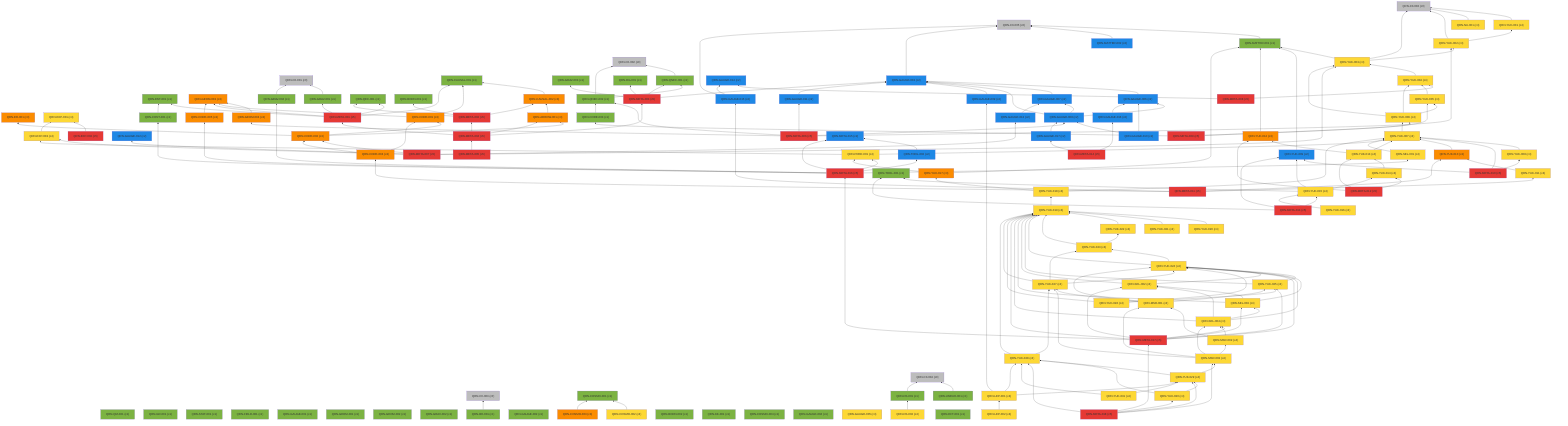
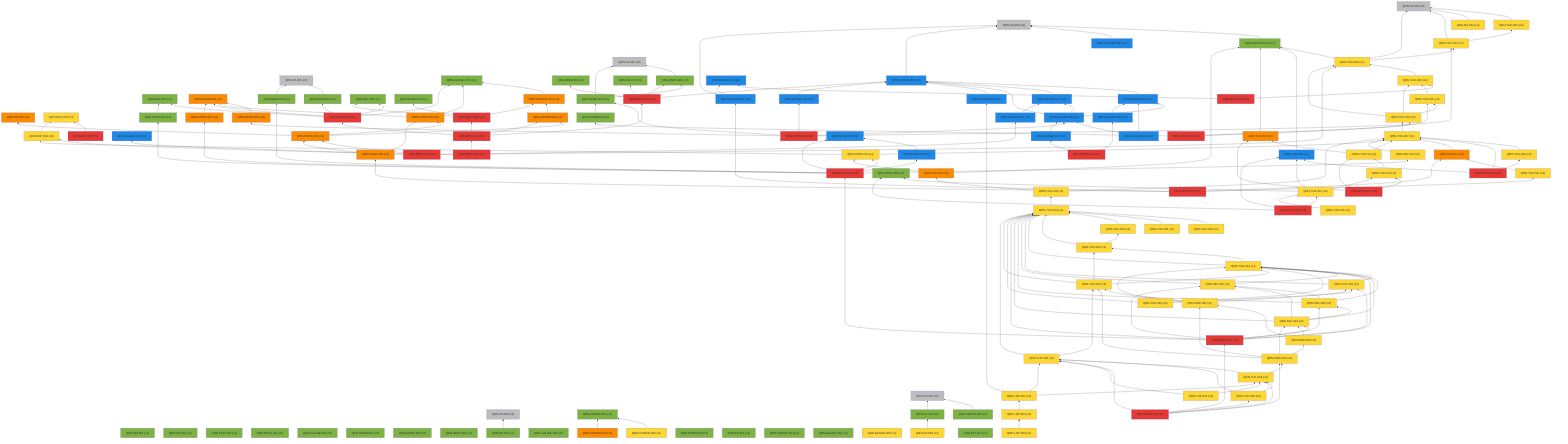
%% 自動生成 (dag/report.pl) — QRN 主張依存グラフ
graph BT
  QRN_C0_001["QRN-C0-001 (c0)"]:::c0
  QRN_C0_002["QRN-C0-002 (c0)"]:::c0
  QRN_C0_003["QRN-C0-003 (c0)"]:::c0
  QRN_C0_004["QRN-C0-004 (c0)"]:::c0
  QRN_C0_005["QRN-C0-005 (c0)"]:::c0
  QRN_C0_006["QRN-C0-006 (c0)"]:::c0
  QRN_QM_001["QRN-QM-001 (c1)"]:::c1
  QRN_GR_001["QRN-GR-001 (c1)"]:::c1
  QRN_STAT_001["QRN-STAT-001 (c1)"]:::c1
  QRN_FIELD_001["QRN-FIELD-001 (c1)"]:::c1
  QRN_GAUGE_001["QRN-GAUGE-001 (c1)"]:::c1
  QRN_ENT_001["QRN-ENT-001 (c1)"]:::c1
  QRN_GEOM_001["QRN-GEOM-001 (c1)"]:::c1
  QRN_GEOM_002["QRN-GEOM-002 (c1)"]:::c1
  QRN_GEOM_003["QRN-GEOM-003 (c3)"]:::c3
  QRN_GRAV_001["QRN-GRAV-001 (c1)"]:::c1
  QRN_GRAV_002["QRN-GRAV-002 (c1)"]:::c1
  QRN_BH_001["QRN-BH-001 (c1)"]:::c1
  QRN_CAUSAL_001["QRN-CAUSAL-001 (c1)"]:::c1
  QRN_CAUSAL_002["QRN-CAUSAL-002 (c3)"]:::c3
  QRN_ER_001["QRN-ER-001 (c3)"]:::c3
  QRN_QEC_001["QRN-QEC-001 (c1)"]:::c1
  QRN_GAUGE_002["QRN-GAUGE-002 (c1)"]:::c1
  QRN_COSMO_001["QRN-COSMO-001 (c1)"]:::c1
  QRN_COSMO_002["QRN-COSMO-002 (c4)"]:::c4
  QRN_COSMO_003["QRN-COSMO-003 (c3)"]:::c3
  QRN_BORN_001["QRN-BORN-001 (c1)"]:::c1
  QRN_BORN_002["QRN-BORN-002 (c1)"]:::c1
  QRN_GRAV_003["QRN-GRAV-003 (c1)"]:::c1
  QRN_KK_001["QRN-KK-001 (c1)"]:::c1
  QRN_MATTER_001["QRN-MATTER-001 (c1)"]:::c1
  QRN_MATTER_002["QRN-MATTER-002 (c2)"]:::c2
  QRN_COSMO_004["QRN-COSMO-004 (c1)"]:::c1
  QRN_EXP_001["QRN-EXP-001 (c4)"]:::c4
  QRN_GAUGE_003["QRN-GAUGE-003 (c2)"]:::c2
  QRN_GAUGE_004["QRN-GAUGE-004 (c1)"]:::c1
  QRN_GAUGE_005["QRN-GAUGE-005 (c4)"]:::c4
  QRN_YUK_001["QRN-YUK-001 (c4)"]:::c4
  QRN_RG_001["QRN-RG-001 (c1)"]:::c1
  QRN_UNRUH_001["QRN-UNRUH-001 (c1)"]:::c1
  QRN_QNEC_001["QRN-QNEC-001 (c1)"]:::c1
  QRN_NU_001["QRN-NU-001 (c4)"]:::c4
  QRN_GAUGE_006["QRN-GAUGE-006 (c2)"]:::c2
  QRN_DS_001["QRN-DS-001 (c1)"]:::c1
  QRN_DS_002["QRN-DS-002 (c4)"]:::c4
  QRN_ARROW_001["QRN-ARROW-001 (c3)"]:::c3
  QRN_GAUGE_007["QRN-GAUGE-007 (c2)"]:::c2
  QRN_EFT_001["QRN-EFT-001 (c1)"]:::c1
  QRN_GAUGE_008["QRN-GAUGE-008 (c2)"]:::c2
  QRN_GAUGE_009["QRN-GAUGE-009 (c2)"]:::c2
  QRN_GAUGE_010["QRN-GAUGE-010 (c2)"]:::c2
  QRN_QNEC_002["QRN-QNEC-002 (c1)"]:::c1
  QRN_GEOM_004["QRN-GEOM-004 (c3)"]:::c3
  QRN_YUK_002["QRN-YUK-002 (c4)"]:::c4
  QRN_EXP_002["QRN-EXP-002 (c5)"]:::c5
  QRN_CORE_001["QRN-CORE-001 (c3)"]:::c3
  QRN_GAUGE_011["QRN-GAUGE-011 (c2)"]:::c2
  QRN_GAUGE_012["QRN-GAUGE-012 (c2)"]:::c2
  QRN_YUK_003["QRN-YUK-003 (c4)"]:::c4
  QRN_EXP_003["QRN-EXP-003 (c4)"]:::c4
  QRN_CORE_002["QRN-CORE-002 (c3)"]:::c3
  QRN_GAUGE_013["QRN-GAUGE-013 (c2)"]:::c2
  QRN_YUK_004["QRN-YUK-004 (c4)"]:::c4
  QRN_GAUGE_014["QRN-GAUGE-014 (c2)"]:::c2
  QRN_META_001["QRN-META-001 (c5)"]:::c5
  QRN_META_002["QRN-META-002 (c5)"]:::c5
  QRN_META_003["QRN-META-003 (c5)"]:::c5
  QRN_META_004["QRN-META-004 (c5)"]:::c5
  QRN_META_005["QRN-META-005 (c5)"]:::c5
  QRN_META_006["QRN-META-006 (c5)"]:::c5
  QRN_META_007["QRN-META-007 (c5)"]:::c5
  QRN_META_008["QRN-META-008 (c5)"]:::c5
  QRN_YUK_005["QRN-YUK-005 (c4)"]:::c4
  QRN_YUK_006["QRN-YUK-006 (c4)"]:::c4
  QRN_CORE_003["QRN-CORE-003 (c1)"]:::c1
  QRN_META_009["QRN-META-009 (c5)"]:::c5
  QRN_YUK_007["QRN-YUK-007 (c4)"]:::c4
  QRN_YUK_008["QRN-YUK-008 (c4)"]:::c4
  QRN_YUK_009["QRN-YUK-009 (c2)"]:::c2
  QRN_META_010["QRN-META-010 (c5)"]:::c5
  QRN_GAUGE_015["QRN-GAUGE-015 (c2)"]:::c2
  QRN_YUK_010["QRN-YUK-010 (c3)"]:::c3
  QRN_YUK_011["QRN-YUK-011 (c4)"]:::c4
  QRN_CORE_004["QRN-CORE-004 (c3)"]:::c3
  QRN_META_011["QRN-META-011 (c5)"]:::c5
  QRN_YUK_012["QRN-YUK-012 (c3)"]:::c3
  QRN_YUK_013["QRN-YUK-013 (c4)"]:::c4
  QRN_YUK_014["QRN-YUK-014 (c4)"]:::c4
  QRN_META_012["QRN-META-012 (c5)"]:::c5
  QRN_TOOL_001["QRN-TOOL-001 (c1)"]:::c1
  QRN_YUK_015["QRN-YUK-015 (c4)"]:::c4
  QRN_META_013["QRN-META-013 (c5)"]:::c5
  QRN_GAUGE_016["QRN-GAUGE-016 (c2)"]:::c2
  QRN_GAUGE_017["QRN-GAUGE-017 (c2)"]:::c2
  QRN_META_014["QRN-META-014 (c5)"]:::c5
  QRN_META_015["QRN-META-015 (c2)"]:::c2
  QRN_TOOL_002["QRN-TOOL-002 (c2)"]:::c2
  QRN_CORE_005["QRN-CORE-005 (c3)"]:::c3
  QRN_CONT_001["QRN-CONT-001 (c1)"]:::c1
  QRN_SEL_001["QRN-SEL-001 (c4)"]:::c4
  QRN_GRAV_004["QRN-GRAV-004 (c1)"]:::c1
  QRN_PRED_001["QRN-PRED-001 (c4)"]:::c4
  QRN_META_016["QRN-META-016 (c5)"]:::c5
  QRN_YUK_016["QRN-YUK-016 (c4)"]:::c4
  QRN_YUK_017["QRN-YUK-017 (c3)"]:::c3
  QRN_YUK_018["QRN-YUK-018 (c4)"]:::c4
  QRN_YUK_019["QRN-YUK-019 (c4)"]:::c4
  QRN_YUK_020["QRN-YUK-020 (c4)"]:::c4
  QRN_YUK_021["QRN-YUK-021 (c4)"]:::c4
  QRN_YUK_022["QRN-YUK-022 (c4)"]:::c4
  QRN_YUK_023["QRN-YUK-023 (c4)"]:::c4
  QRN_YUK_024["QRN-YUK-024 (c4)"]:::c4
  QRN_YUK_025["QRN-YUK-025 (c4)"]:::c4
  QRN_SEL_002["QRN-SEL-002 (c4)"]:::c4
  QRN_SEL_003["QRN-SEL-003 (c4)"]:::c4
  QRN_SEL_004["QRN-SEL-004 (c4)"]:::c4
  QRN_META_017["QRN-META-017 (c5)"]:::c5
  QRN_YUK_026["QRN-YUK-026 (c4)"]:::c4
  QRN_YUK_027["QRN-YUK-027 (c4)"]:::c4
  QRN_MSR_001["QRN-MSR-001 (c4)"]:::c4
  QRN_MSR_002["QRN-MSR-002 (c4)"]:::c4
  QRN_MSR_003["QRN-MSR-003 (c4)"]:::c4
  QRN_YUK_028["QRN-YUK-028 (c4)"]:::c4
  QRN_YUK_029["QRN-YUK-029 (c4)"]:::c4
  QRN_YUK_030["QRN-YUK-030 (c4)"]:::c4
  QRN_META_018["QRN-META-018 (c5)"]:::c5
  QRN_YUK_031["QRN-YUK-031 (c4)"]:::c4
  QRN_LEP_001["QRN-LEP-001 (c4)"]:::c4
  QRN_LEP_002["QRN-LEP-002 (c4)"]:::c4
+   QRN_LEP_003["QRN-LEP-003 (c4)"]:::c4
  QRN_GRAV_001 --> QRN_C0_001
  QRN_BH_001 --> QRN_C0_003
  QRN_CAUSAL_002 --> QRN_CAUSAL_001
  QRN_COSMO_002 --> QRN_COSMO_001
  QRN_COSMO_003 --> QRN_COSMO_001
  QRN_MATTER_001 --> QRN_C0_005
  QRN_MATTER_002 --> QRN_C0_005
  QRN_GAUGE_003 --> QRN_C0_005
  QRN_YUK_001 --> QRN_C0_006
  QRN_UNRUH_001 --> QRN_C0_004
  QRN_QNEC_001 --> QRN_C0_002
  QRN_NU_001 --> QRN_C0_006
  QRN_GAUGE_006 --> QRN_GAUGE_003
  QRN_DS_001 --> QRN_C0_004
  QRN_DS_002 --> QRN_DS_001
  QRN_ARROW_001 --> QRN_CAUSAL_002
  QRN_GAUGE_007 --> QRN_GAUGE_003
  QRN_GAUGE_008 --> QRN_GAUGE_003
  QRN_GAUGE_008 --> QRN_GAUGE_006
  QRN_GAUGE_008 --> QRN_GAUGE_007
  QRN_GAUGE_009 --> QRN_GAUGE_003
  QRN_GAUGE_010 --> QRN_GAUGE_006
  QRN_GAUGE_010 --> QRN_GAUGE_008
  QRN_QNEC_002 --> QRN_C0_002
  QRN_QNEC_002 --> QRN_QNEC_001
  QRN_GEOM_004 --> QRN_GEOM_003
  QRN_YUK_002 --> QRN_C0_006
  QRN_YUK_002 --> QRN_YUK_001
  QRN_EXP_002 --> QRN_EXP_001
  QRN_CORE_001 --> QRN_GEOM_003
  QRN_CORE_001 --> QRN_CAUSAL_001
  QRN_GAUGE_011 --> QRN_GAUGE_003
  QRN_YUK_003 --> QRN_C0_006
  QRN_YUK_003 --> QRN_MATTER_001
  QRN_YUK_003 --> QRN_YUK_002
  QRN_EXP_003 --> QRN_EXP_001
  QRN_CORE_002 --> QRN_CORE_001
  QRN_CORE_002 --> QRN_ER_001
  QRN_CORE_002 --> QRN_ARROW_001
  QRN_GAUGE_013 --> QRN_GAUGE_007
  QRN_YUK_004 --> QRN_YUK_003
  QRN_META_001 --> QRN_GEOM_003
  QRN_META_001 --> QRN_GRAV_001
  QRN_META_001 --> QRN_CAUSAL_001
  QRN_META_001 --> QRN_QEC_001
  QRN_META_001 --> QRN_ENT_001
  QRN_META_002 --> QRN_QEC_001
  QRN_META_002 --> QRN_BORN_001
  QRN_META_002 --> QRN_CAUSAL_002
  QRN_META_003 --> QRN_GAUGE_003
  QRN_META_003 --> QRN_RG_001
  QRN_META_003 --> QRN_QNEC_001
  QRN_META_003 --> QRN_GRAV_003
  QRN_META_004 --> QRN_META_001
  QRN_META_004 --> QRN_META_002
  QRN_META_004 --> QRN_META_003
  QRN_META_004 --> QRN_ARROW_001
  QRN_META_005 --> QRN_META_004
  QRN_META_006 --> QRN_GAUGE_008
  QRN_META_006 --> QRN_QNEC_002
  QRN_META_006 --> QRN_GEOM_004
  QRN_META_006 --> QRN_YUK_002
  QRN_META_006 --> QRN_GAUGE_011
  QRN_META_007 --> QRN_GAUGE_012
  QRN_META_007 --> QRN_YUK_003
  QRN_META_007 --> QRN_EXP_003
  QRN_META_007 --> QRN_CORE_002
  QRN_META_007 --> QRN_GAUGE_013
  QRN_META_008 --> QRN_YUK_004
  QRN_META_008 --> QRN_GAUGE_014
  QRN_YUK_005 --> QRN_YUK_004
  QRN_YUK_006 --> QRN_YUK_003
  QRN_YUK_006 --> QRN_YUK_004
  QRN_YUK_006 --> QRN_YUK_005
  QRN_CORE_003 --> QRN_QNEC_002
  QRN_META_009 --> QRN_YUK_005
  QRN_META_009 --> QRN_YUK_006
  QRN_META_009 --> QRN_CORE_003
  QRN_YUK_007 --> QRN_YUK_006
  QRN_YUK_008 --> QRN_YUK_007
  QRN_YUK_009 --> QRN_MATTER_001
  QRN_META_010 --> QRN_YUK_007
  QRN_META_010 --> QRN_YUK_008
  QRN_META_010 --> QRN_YUK_009
  QRN_GAUGE_015 --> QRN_C0_005
  QRN_GAUGE_015 --> QRN_GAUGE_014
  QRN_YUK_010 --> QRN_YUK_007
  QRN_YUK_011 --> QRN_YUK_010
  QRN_CORE_004 --> QRN_CORE_001
  QRN_CORE_004 --> QRN_CORE_002
  QRN_META_011 --> QRN_GAUGE_015
  QRN_META_011 --> QRN_YUK_010
  QRN_META_011 --> QRN_YUK_011
  QRN_META_011 --> QRN_CORE_004
  QRN_YUK_012 --> QRN_MATTER_001
  QRN_YUK_013 --> QRN_YUK_012
  QRN_YUK_013 --> QRN_YUK_007
  QRN_YUK_014 --> QRN_YUK_013
  QRN_META_012 --> QRN_YUK_012
  QRN_META_012 --> QRN_YUK_013
  QRN_META_012 --> QRN_YUK_014
  QRN_YUK_015 --> QRN_YUK_014
  QRN_YUK_015 --> QRN_TOOL_001
  QRN_YUK_015 --> QRN_YUK_009
  QRN_META_013 --> QRN_YUK_015
  QRN_META_013 --> QRN_TOOL_001
  QRN_META_013 --> QRN_YUK_009
  QRN_GAUGE_016 --> QRN_GAUGE_006
  QRN_GAUGE_017 --> QRN_GAUGE_008
  QRN_META_014 --> QRN_GAUGE_016
  QRN_META_014 --> QRN_GAUGE_017
  QRN_TOOL_002 --> QRN_META_015
  QRN_CORE_005 --> QRN_GEOM_003
  QRN_CONT_001 --> QRN_ENT_001
  QRN_SEL_001 --> QRN_YUK_007
  QRN_GRAV_004 --> QRN_C0_001
  QRN_PRED_001 --> QRN_YUK_007
  QRN_PRED_001 --> QRN_EXP_003
  QRN_META_016 --> QRN_META_015
  QRN_META_016 --> QRN_TOOL_002
  QRN_META_016 --> QRN_CORE_005
  QRN_META_016 --> QRN_CONT_001
  QRN_META_016 --> QRN_SEL_001
  QRN_META_016 --> QRN_GRAV_004
  QRN_META_016 --> QRN_PRED_001
  QRN_YUK_016 --> QRN_YUK_015
  QRN_YUK_017 --> QRN_MATTER_001
  QRN_YUK_017 --> QRN_PRED_001
  QRN_YUK_018 --> QRN_YUK_017
  QRN_YUK_018 --> QRN_YUK_007
  QRN_YUK_019 --> QRN_YUK_018
  QRN_YUK_020 --> QRN_YUK_019
  QRN_YUK_021 --> QRN_YUK_019
  QRN_YUK_022 --> QRN_YUK_019
  QRN_YUK_023 --> QRN_YUK_019
  QRN_YUK_023 --> QRN_YUK_022
  QRN_YUK_024 --> QRN_YUK_019
  QRN_YUK_024 --> QRN_YUK_023
  QRN_YUK_025 --> QRN_YUK_019
  QRN_YUK_025 --> QRN_YUK_024
  QRN_SEL_002 --> QRN_YUK_019
  QRN_SEL_002 --> QRN_YUK_024
  QRN_SEL_003 --> QRN_YUK_019
  QRN_SEL_003 --> QRN_YUK_024
  QRN_SEL_003 --> QRN_SEL_002
  QRN_SEL_004 --> QRN_YUK_019
  QRN_SEL_004 --> QRN_YUK_024
  QRN_SEL_004 --> QRN_SEL_002
  QRN_SEL_004 --> QRN_SEL_003
  QRN_META_017 --> QRN_META_016
  QRN_META_017 --> QRN_YUK_019
  QRN_META_017 --> QRN_YUK_024
  QRN_META_017 --> QRN_YUK_025
  QRN_META_017 --> QRN_SEL_002
  QRN_META_017 --> QRN_SEL_003
  QRN_META_017 --> QRN_SEL_004
  QRN_YUK_026 --> QRN_YUK_019
  QRN_YUK_026 --> QRN_YUK_024
  QRN_YUK_026 --> QRN_YUK_025
  QRN_YUK_027 --> QRN_YUK_019
  QRN_YUK_027 --> QRN_YUK_023
  QRN_YUK_027 --> QRN_YUK_024
  QRN_MSR_001 --> QRN_YUK_024
  QRN_MSR_001 --> QRN_YUK_025
  QRN_MSR_001 --> QRN_YUK_027
  QRN_MSR_002 --> QRN_SEL_004
  QRN_MSR_002 --> QRN_MSR_001
  QRN_MSR_003 --> QRN_MSR_001
  QRN_MSR_003 --> QRN_MSR_002
  QRN_MSR_003 --> QRN_SEL_004
  QRN_MSR_003 --> QRN_YUK_027
  QRN_YUK_028 --> QRN_YUK_019
  QRN_YUK_028 --> QRN_YUK_027
  QRN_YUK_029 --> QRN_YUK_028
  QRN_YUK_029 --> QRN_MSR_003
  QRN_YUK_030 --> QRN_YUK_028
  QRN_YUK_030 --> QRN_YUK_029
  QRN_META_018 --> QRN_META_017
  QRN_META_018 --> QRN_MSR_003
  QRN_META_018 --> QRN_YUK_028
  QRN_META_018 --> QRN_YUK_029
  QRN_META_018 --> QRN_YUK_030
  QRN_YUK_031 --> QRN_YUK_028
  QRN_YUK_031 --> QRN_YUK_029
  QRN_LEP_001 --> QRN_YUK_028
  QRN_LEP_001 --> QRN_YUK_029
  QRN_LEP_001 --> QRN_GAUGE_009
  QRN_LEP_002 --> QRN_LEP_001
+   QRN_LEP_003 --> QRN_LEP_002
  classDef c0 fill:#bdbdbd
  classDef c1 fill:#7cb342
  classDef c2 fill:#1e88e5
  classDef c3 fill:#fb8c00
  classDef c4 fill:#fdd835
  classDef c5 fill:#e53935
